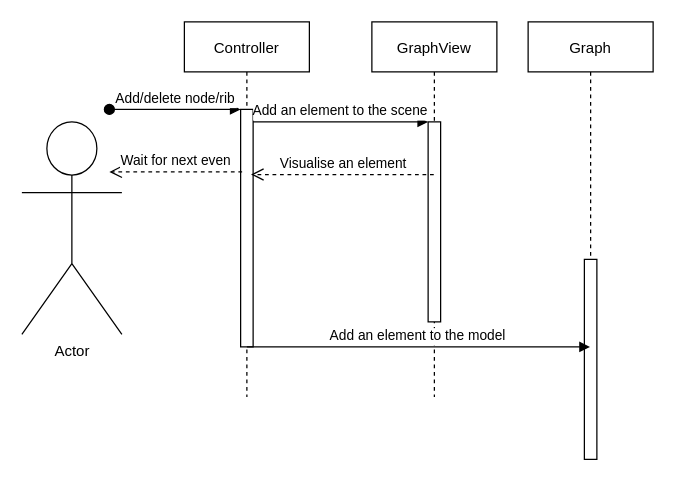
Before: reports/UML/sequence.drawio in dkamakin/Practice-SPbETU-2021, a draw.io diagram. Source tidied: cells renumbered, new cells numbered last; positions are measured from the earlier drawing's top-left corner, leaving out a move shared by most shapes. Both pictures are drawn from the tidied source at 125%, with x=0, y=0 at pixel (21, 21).
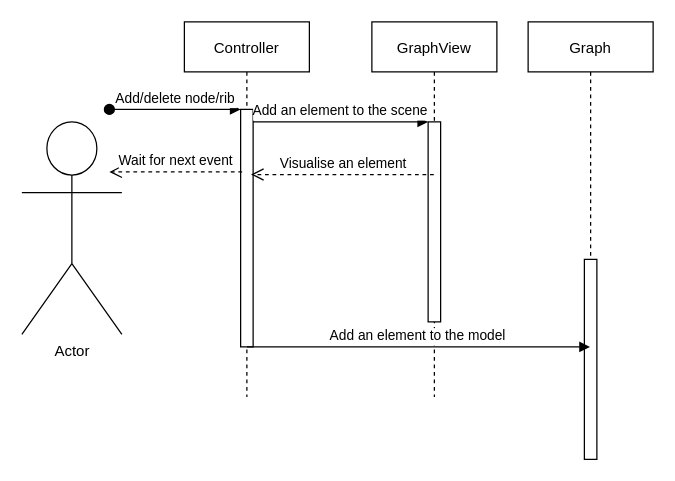
After the change.

Diff of the diagram source:
```diff
@@
 <mxGraphModel>
   <root>
     <mxCell id="0" />
     <mxCell id="1" parent="0" />
     <mxCell id="2" value="Controller" style="shape=umlLifeline;perimeter=lifelinePerimeter;rounded=0;shadow=0;strokeWidth=1;" parent="1" vertex="1">
       <mxGeometry x="130" width="100" height="300" as="geometry" />
     </mxCell>
     <mxCell id="3" style="points=[];perimeter=orthogonalPerimeter;rounded=0;shadow=0;strokeWidth=1;" parent="2" vertex="1">
       <mxGeometry x="45" y="70" width="10" height="190" as="geometry" />
     </mxCell>
     <mxCell id="4" value="Add/delete node/rib" style="verticalAlign=bottom;startArrow=oval;endArrow=block;startSize=8;shadow=0;strokeWidth=1;" parent="2" edge="1" target="3">
       <mxGeometry relative="1" as="geometry">
         <mxPoint x="-60" y="70" as="sourcePoint" />
         <Array as="points">
           <mxPoint x="-40" y="70" />
           <mxPoint y="70" />
         </Array>
       </mxGeometry>
     </mxCell>
     <mxCell id="5" value="GraphView" style="shape=umlLifeline;perimeter=lifelinePerimeter;rounded=0;shadow=0;strokeWidth=1;" parent="1" vertex="1">
       <mxGeometry x="280" width="100" height="300" as="geometry" />
     </mxCell>
     <mxCell id="6" style="points=[];perimeter=orthogonalPerimeter;rounded=0;shadow=0;strokeWidth=1;" parent="5" vertex="1">
       <mxGeometry x="45" y="80" width="10" height="160" as="geometry" />
     </mxCell>
     <mxCell id="7" value="Add an element to the scene" style="verticalAlign=bottom;endArrow=block;entryX=0;entryY=0;shadow=0;strokeWidth=1;" parent="1" edge="1" source="3" target="6">
       <mxGeometry relative="1" as="geometry" />
     </mxCell>
     <mxCell id="8" value="Actor" style="shape=umlActor;verticalLabelPosition=bottom;verticalAlign=top;html=1;" parent="1" vertex="1">
       <mxGeometry y="80" width="80" height="170" as="geometry" />
     </mxCell>
     <mxCell id="9" value="Graph" style="shape=umlLifeline;perimeter=lifelinePerimeter;rounded=0;shadow=0;strokeWidth=1;" parent="1" vertex="1">
       <mxGeometry x="405" width="100" height="300" as="geometry" />
     </mxCell>
     <mxCell id="10" style="perimeter=orthogonalPerimeter;rounded=0;shadow=0;strokeWidth=1;" parent="9" vertex="1">
       <mxGeometry x="45" y="190" width="10" height="160" as="geometry" />
     </mxCell>
     <mxCell id="11" value="Add an element to the model" style="verticalAlign=bottom;endArrow=block;shadow=0;strokeWidth=1;" parent="1" edge="1" target="9">
       <mxGeometry relative="1" as="geometry">
         <mxPoint x="180" y="260" as="sourcePoint" />
         <Array as="points">
           <mxPoint x="235" y="260" />
         </Array>
       </mxGeometry>
     </mxCell>
     <mxCell id="12" value="Visualise an element" style="html=1;verticalAlign=bottom;endArrow=open;dashed=1;endSize=8;entryX=0.533;entryY=0.407;entryDx=0;entryDy=0;entryPerimeter=0;" parent="1" edge="1" source="5" target="2">
       <mxGeometry relative="1" as="geometry" />
     </mxCell>
-    <mxCell id="13" value="Wait for next even" style="html=1;verticalAlign=bottom;endArrow=open;dashed=1;endSize=8;" parent="1" edge="1">
+    <mxCell id="13" value="Wait for next event" style="html=1;verticalAlign=bottom;endArrow=open;dashed=1;endSize=8;" parent="1" edge="1">
       <mxGeometry relative="1" as="geometry">
         <mxPoint x="176.2" y="120" as="sourcePoint" />
         <mxPoint x="70" y="120" as="targetPoint" />
       </mxGeometry>
     </mxCell>
   </root>
 </mxGraphModel>
```
